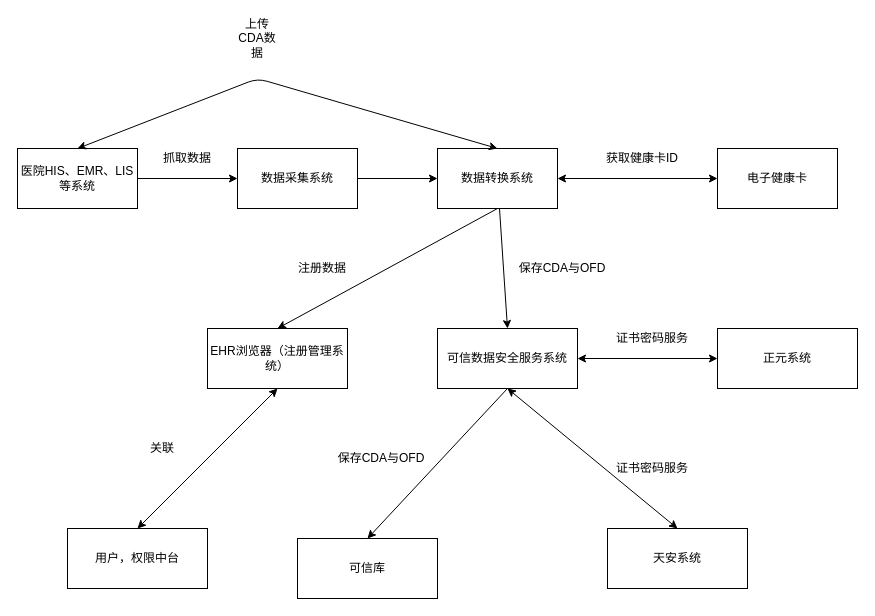
Before: page "第 2 页" (2 of 2) of source/易惠-加密一体机接口调阅流程.drawio in SmileCJX/processon, a draw.io diagram. Source tidied: cells renumbered, new cells numbered last; positions are measured from the earlier drawing's top-left corner, leaving out a move shared by most shapes. Both pictures are drawn from the tidied source at 100%, with x=0, y=0 at pixel (17, 28).
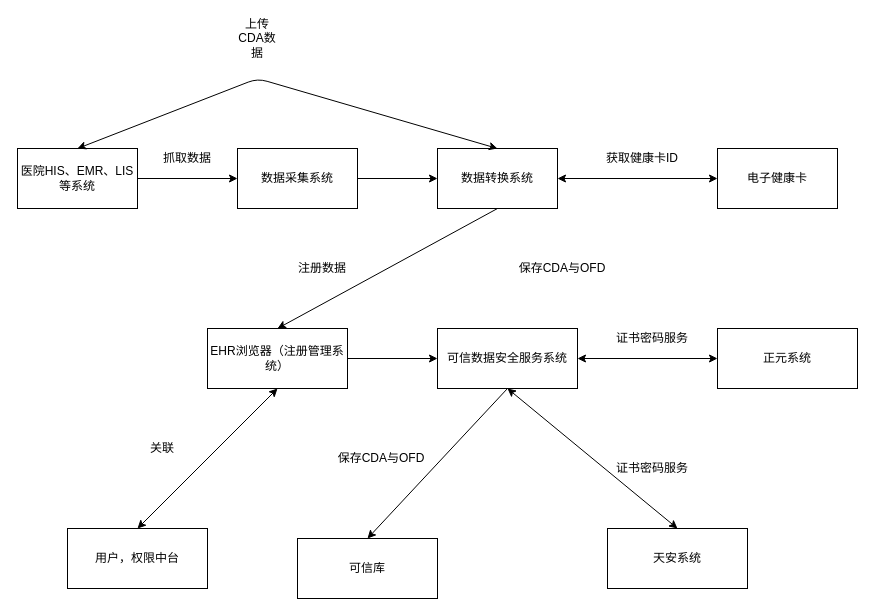
Above is the later version.

Commit message:
更新易惠-加密一体机接口调阅流程.drawio

The change refers to these unchanged cells:
```xml
<mxCell id="4" value="数据转换系统" style="rounded=0;whiteSpace=wrap;html=1;" parent="1" vertex="1">
  <mxGeometry x="420" y="120" width="120" height="60" as="geometry" />
</mxCell>
<mxCell id="13" value="可信数据安全服务系统" style="rounded=0;whiteSpace=wrap;html=1;" parent="1" vertex="1">
  <mxGeometry x="420" y="300" width="140" height="60" as="geometry" />
</mxCell>
<mxCell id="14" value="EHR浏览器（注册管理系统）" style="rounded=0;whiteSpace=wrap;html=1;" parent="1" vertex="1">
  <mxGeometry x="190" y="300" width="140" height="60" as="geometry" />
</mxCell>
```

Change to the diagram source:
```diff
@@
-    <mxCell id="16" style="endArrow=classic;html=1;entryX=0.5;entryY=0;entryDx=0;entryDy=0;" parent="1" edge="1" source="4" target="13">
+    <mxCell id="16" style="endArrow=classic;html=1;entryX=0;entryY=0.5;entryDx=0;entryDy=0;exitX=1;exitY=0.5;exitDx=0;exitDy=0;" parent="1" edge="1" source="14" target="13">
       <mxGeometry relative="1" as="geometry" />
     </mxCell>
```
